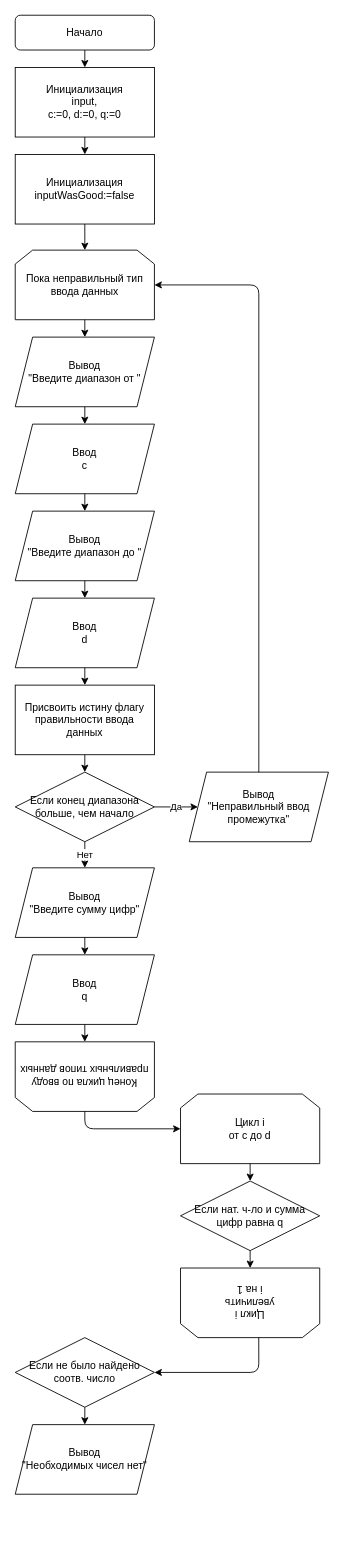
Before: Untitled Diagram.drawio in Bagdasaryan/Bagdasaryan, a draw.io diagram. Source tidied: cells renumbered, new cells numbered last; positions are measured from the earlier drawing's top-left corner, leaving out a move shared by most shapes. Both pictures are drawn from the tidied source at 87%, with x=0, y=0 at pixel (15, 15).
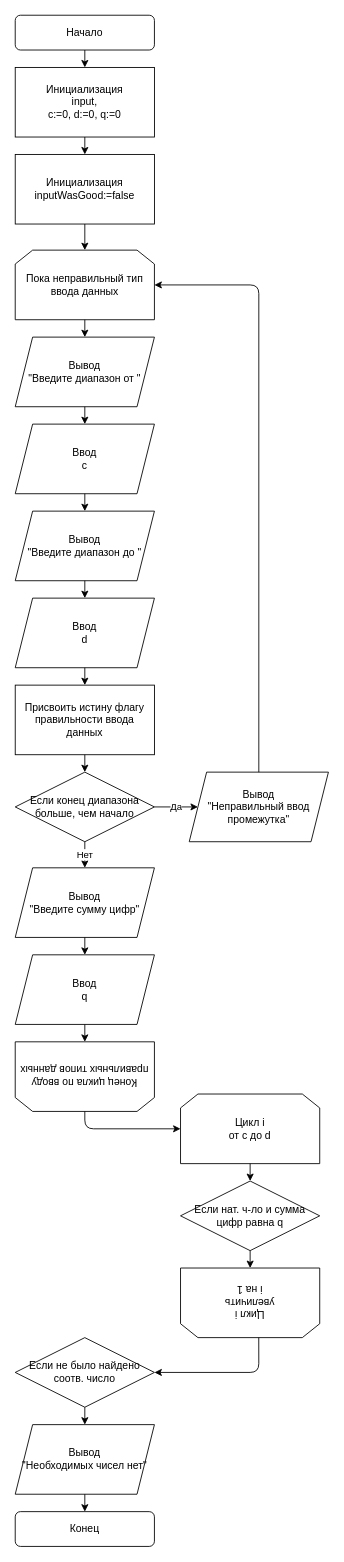
After the change.

Unchanged cells that the change refers to:
```xml
<mxCell id="38" value="Вывод&lt;br&gt;&quot;Необходимых чисел нет&quot;" style="shape=parallelogram;perimeter=parallelogramPerimeter;whiteSpace=wrap;html=1;fixedSize=1;" parent="1" vertex="1">
  <mxGeometry y="1620" width="160" height="80" as="geometry" />
</mxCell>
```

What changed in the source:
```diff
@@
+    <mxCell id="40" value="Конец" style="rounded=1;whiteSpace=wrap;html=1;" parent="1" vertex="1">
+      <mxGeometry y="1720" width="160" height="40" as="geometry" />
+    </mxCell>
+    <mxCell id="41" style="endArrow=classic;html=1;exitX=0.5;exitY=1;exitDx=0;exitDy=0;entryX=0.5;entryY=0;entryDx=0;entryDy=0;" parent="1" edge="1" source="38" target="40">
+      <mxGeometry relative="1" as="geometry" />
+    </mxCell>
```
